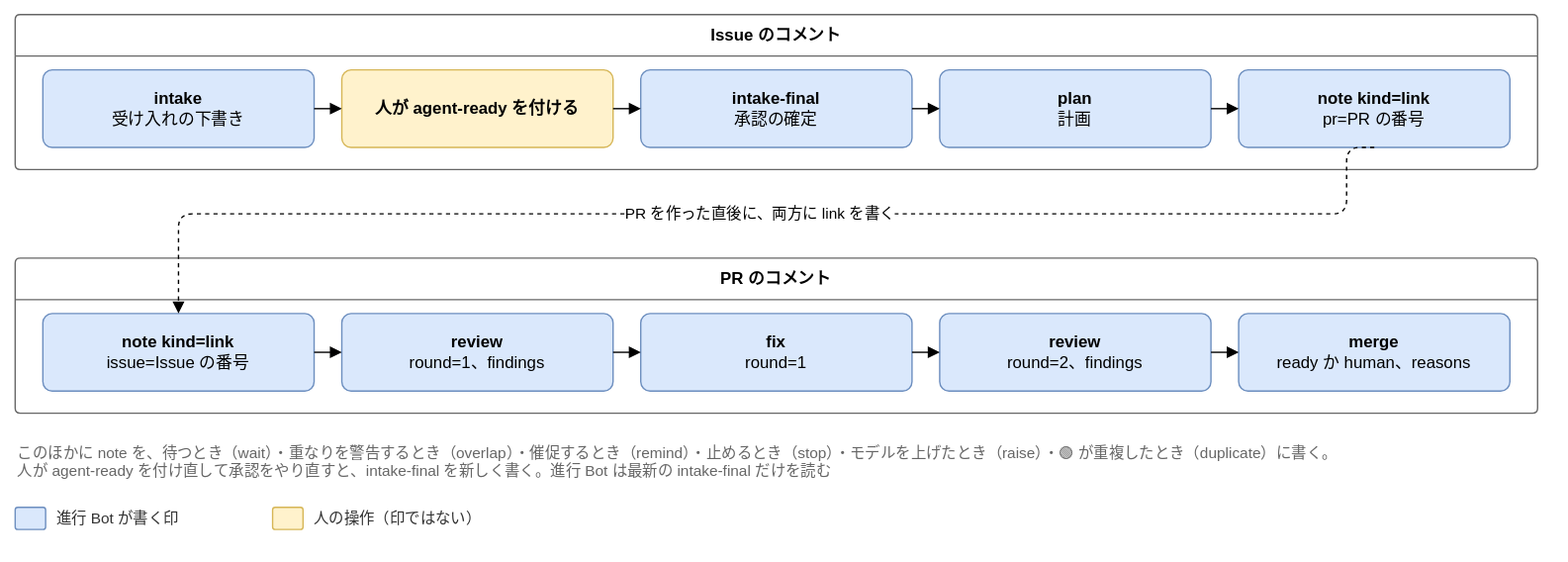
Earlier version of the draw.io export docs/design/basic/diagrams/02-markers.drawio.svg (Joymerrevent/dev-autopilot). Source tidied: cells renumbered, new cells last; positions are measured from the earlier drawing's top-left corner, leaving out a move shared by most shapes. Its diagram source:
```xml
<mxGraphModel background="#ffffff">
  <root>
    <mxCell id="0" />
    <mxCell id="1" parent="0" />
    <mxCell id="2" value="Issue のコメント" style="swimlane;startSize=30;html=1;whiteSpace=wrap;rounded=1;arcSize=4;fontStyle=1;fontSize=12;strokeColor=#666666;fillColor=none;swimlaneFillColor=none;" parent="1" vertex="1">
      <mxGeometry width="1100" height="112" as="geometry" />
    </mxCell>
    <mxCell id="3" value="&lt;b&gt;intake&lt;/b&gt;&lt;br&gt;受け入れの下書き" style="rounded=1;whiteSpace=wrap;html=1;fontSize=12;arcSize=12;spacing=12;fillColor=#dae8fc;strokeColor=#6c8ebf;" parent="2" vertex="1">
      <mxGeometry x="20" y="40" width="196" height="56" as="geometry" />
    </mxCell>
    <mxCell id="4" value="&lt;b&gt;人が agent-ready を付ける&lt;/b&gt;" style="rounded=1;whiteSpace=wrap;html=1;fontSize=12;arcSize=12;spacing=12;fillColor=#fff2cc;strokeColor=#d6b656;" parent="2" vertex="1">
      <mxGeometry x="236" y="40" width="196" height="56" as="geometry" />
    </mxCell>
    <mxCell id="5" value="&lt;b&gt;intake-final&lt;/b&gt;&lt;br&gt;承認の確定" style="rounded=1;whiteSpace=wrap;html=1;fontSize=12;arcSize=12;spacing=12;fillColor=#dae8fc;strokeColor=#6c8ebf;" parent="2" vertex="1">
      <mxGeometry x="452" y="40" width="196" height="56" as="geometry" />
    </mxCell>
    <mxCell id="6" value="&lt;b&gt;plan&lt;/b&gt;&lt;br&gt;計画" style="rounded=1;whiteSpace=wrap;html=1;fontSize=12;arcSize=12;spacing=12;fillColor=#dae8fc;strokeColor=#6c8ebf;" parent="2" vertex="1">
      <mxGeometry x="668" y="40" width="196" height="56" as="geometry" />
    </mxCell>
    <mxCell id="7" value="&lt;b&gt;note kind=link&lt;/b&gt;&lt;br&gt;pr=PR の番号" style="rounded=1;whiteSpace=wrap;html=1;fontSize=12;arcSize=12;spacing=12;fillColor=#dae8fc;strokeColor=#6c8ebf;" parent="2" vertex="1">
      <mxGeometry x="884" y="40" width="196" height="56" as="geometry" />
    </mxCell>
    <mxCell id="8" value="PR のコメント" style="swimlane;startSize=30;html=1;whiteSpace=wrap;rounded=1;arcSize=4;fontStyle=1;fontSize=12;strokeColor=#666666;fillColor=none;swimlaneFillColor=none;" parent="1" vertex="1">
      <mxGeometry y="176" width="1100" height="112" as="geometry" />
    </mxCell>
    <mxCell id="9" value="&lt;b&gt;note kind=link&lt;/b&gt;&lt;br&gt;issue=Issue の番号" style="rounded=1;whiteSpace=wrap;html=1;fontSize=12;arcSize=12;spacing=12;fillColor=#dae8fc;strokeColor=#6c8ebf;" parent="8" vertex="1">
      <mxGeometry x="20" y="40" width="196" height="56" as="geometry" />
    </mxCell>
    <mxCell id="10" value="&lt;b&gt;review&lt;/b&gt;&lt;br&gt;round=1、findings" style="rounded=1;whiteSpace=wrap;html=1;fontSize=12;arcSize=12;spacing=12;fillColor=#dae8fc;strokeColor=#6c8ebf;" parent="8" vertex="1">
      <mxGeometry x="236" y="40" width="196" height="56" as="geometry" />
    </mxCell>
    <mxCell id="11" value="&lt;b&gt;fix&lt;/b&gt;&lt;br&gt;round=1" style="rounded=1;whiteSpace=wrap;html=1;fontSize=12;arcSize=12;spacing=12;fillColor=#dae8fc;strokeColor=#6c8ebf;" parent="8" vertex="1">
      <mxGeometry x="452" y="40" width="196" height="56" as="geometry" />
    </mxCell>
    <mxCell id="12" value="&lt;b&gt;review&lt;/b&gt;&lt;br&gt;round=2、findings" style="rounded=1;whiteSpace=wrap;html=1;fontSize=12;arcSize=12;spacing=12;fillColor=#dae8fc;strokeColor=#6c8ebf;" parent="8" vertex="1">
      <mxGeometry x="668" y="40" width="196" height="56" as="geometry" />
    </mxCell>
    <mxCell id="13" value="&lt;b&gt;merge&lt;/b&gt;&lt;br&gt;ready か human、reasons" style="rounded=1;whiteSpace=wrap;html=1;fontSize=12;arcSize=12;spacing=12;fillColor=#dae8fc;strokeColor=#6c8ebf;" parent="8" vertex="1">
      <mxGeometry x="884" y="40" width="196" height="56" as="geometry" />
    </mxCell>
    <mxCell id="14" style="edgeStyle=orthogonalEdgeStyle;rounded=1;html=1;endArrow=block;endFill=1;fontSize=11;labelBackgroundColor=#ffffff;exitX=1;exitY=0.5;exitDx=0;exitDy=0;entryX=0;entryY=0.5;entryDx=0;entryDy=0;" parent="1" edge="1" source="3" target="4">
      <mxGeometry relative="1" as="geometry" />
    </mxCell>
    <mxCell id="15" style="edgeStyle=orthogonalEdgeStyle;rounded=1;html=1;endArrow=block;endFill=1;fontSize=11;labelBackgroundColor=#ffffff;exitX=1;exitY=0.5;exitDx=0;exitDy=0;entryX=0;entryY=0.5;entryDx=0;entryDy=0;" parent="1" edge="1" source="4" target="5">
      <mxGeometry relative="1" as="geometry" />
    </mxCell>
    <mxCell id="16" style="edgeStyle=orthogonalEdgeStyle;rounded=1;html=1;endArrow=block;endFill=1;fontSize=11;labelBackgroundColor=#ffffff;exitX=1;exitY=0.5;exitDx=0;exitDy=0;entryX=0;entryY=0.5;entryDx=0;entryDy=0;" parent="1" edge="1" source="5" target="6">
      <mxGeometry relative="1" as="geometry" />
    </mxCell>
    <mxCell id="17" style="edgeStyle=orthogonalEdgeStyle;rounded=1;html=1;endArrow=block;endFill=1;fontSize=11;labelBackgroundColor=#ffffff;exitX=1;exitY=0.5;exitDx=0;exitDy=0;entryX=0;entryY=0.5;entryDx=0;entryDy=0;" parent="1" edge="1" source="6" target="7">
      <mxGeometry relative="1" as="geometry" />
    </mxCell>
    <mxCell id="18" style="edgeStyle=orthogonalEdgeStyle;rounded=1;html=1;endArrow=block;endFill=1;fontSize=11;labelBackgroundColor=#ffffff;exitX=1;exitY=0.5;exitDx=0;exitDy=0;entryX=0;entryY=0.5;entryDx=0;entryDy=0;" parent="1" edge="1" source="9" target="10">
      <mxGeometry relative="1" as="geometry" />
    </mxCell>
    <mxCell id="19" style="edgeStyle=orthogonalEdgeStyle;rounded=1;html=1;endArrow=block;endFill=1;fontSize=11;labelBackgroundColor=#ffffff;exitX=1;exitY=0.5;exitDx=0;exitDy=0;entryX=0;entryY=0.5;entryDx=0;entryDy=0;" parent="1" edge="1" source="10" target="11">
      <mxGeometry relative="1" as="geometry" />
    </mxCell>
    <mxCell id="20" style="edgeStyle=orthogonalEdgeStyle;rounded=1;html=1;endArrow=block;endFill=1;fontSize=11;labelBackgroundColor=#ffffff;exitX=1;exitY=0.5;exitDx=0;exitDy=0;entryX=0;entryY=0.5;entryDx=0;entryDy=0;" parent="1" edge="1" source="11" target="12">
      <mxGeometry relative="1" as="geometry" />
    </mxCell>
    <mxCell id="21" style="edgeStyle=orthogonalEdgeStyle;rounded=1;html=1;endArrow=block;endFill=1;fontSize=11;labelBackgroundColor=#ffffff;exitX=1;exitY=0.5;exitDx=0;exitDy=0;entryX=0;entryY=0.5;entryDx=0;entryDy=0;" parent="1" edge="1" source="12" target="13">
      <mxGeometry relative="1" as="geometry" />
    </mxCell>
    <mxCell id="22" value="PR を作った直後に、両方に link を書く" style="edgeStyle=orthogonalEdgeStyle;rounded=1;html=1;endArrow=block;endFill=1;fontSize=11;labelBackgroundColor=#ffffff;dashed=1;exitX=0.5;exitY=1;exitDx=0;exitDy=0;entryX=0.5;entryY=0;entryDx=0;entryDy=0;" parent="1" edge="1" source="7" target="9">
      <mxGeometry relative="1" as="geometry">
        <Array as="points">
          <mxPoint x="962" y="144" />
          <mxPoint x="118" y="144" />
        </Array>
      </mxGeometry>
    </mxCell>
    <mxCell id="23" value="このほかに note を、待つとき（wait）・重なりを警告するとき（overlap）・催促するとき（remind）・止めるとき（stop）・モデルを上げたとき（raise）・🟢 が重複したとき（duplicate）に書く。&lt;br&gt;人が agent-ready を付け直して承認をやり直すと、intake-final を新しく書く。進行 Bot は最新の intake-final だけを読む" style="text;html=1;whiteSpace=wrap;align=left;verticalAlign=top;fontSize=11;fontColor=#666666;" parent="1" vertex="1">
      <mxGeometry y="304" width="1100" height="38" as="geometry" />
    </mxCell>
    <mxCell id="24" style="rounded=1;whiteSpace=wrap;html=1;fontSize=12;arcSize=12;spacing=12;fillColor=#dae8fc;strokeColor=#6c8ebf;" parent="1" vertex="1">
      <mxGeometry y="356" width="22" height="16" as="geometry" />
    </mxCell>
    <mxCell id="25" value="進行 Bot が書く印" style="text;html=1;align=left;verticalAlign=middle;fontSize=11;fontColor=#333333;" parent="1" vertex="1">
      <mxGeometry x="28" y="354" width="142" height="20" as="geometry" />
    </mxCell>
    <mxCell id="26" style="rounded=1;whiteSpace=wrap;html=1;fontSize=12;arcSize=12;spacing=12;fillColor=#fff2cc;strokeColor=#d6b656;" parent="1" vertex="1">
      <mxGeometry x="186" y="356" width="22" height="16" as="geometry" />
    </mxCell>
    <mxCell id="27" value="人の操作（印ではない）" style="text;html=1;align=left;verticalAlign=middle;fontSize=11;fontColor=#333333;" parent="1" vertex="1">
      <mxGeometry x="214" y="354" width="142" height="20" as="geometry" />
    </mxCell>
  </root>
</mxGraphModel>
```
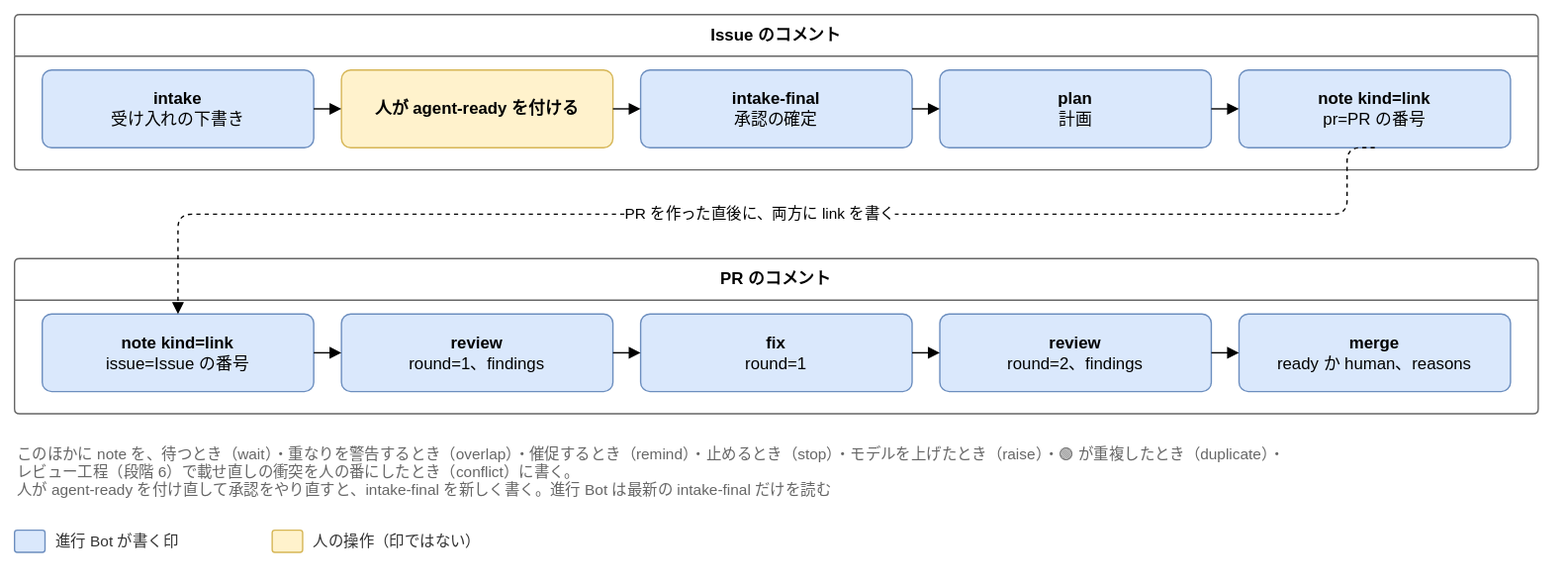
The same diagram one commit later.

The edit, as a diff of the source:
```diff
@@ -3,7 +3,7 @@
     <mxCell id="0" />
     <mxCell id="1" parent="0" />
     <mxCell id="2" value="Issue のコメント" style="swimlane;startSize=30;html=1;whiteSpace=wrap;rounded=1;arcSize=4;fontStyle=1;fontSize=12;strokeColor=#666666;fillColor=none;swimlaneFillColor=none;" parent="1" vertex="1">
-      <mxGeometry width="1100" height="112" as="geometry" />
+      <mxGeometry y="-16" width="1100" height="112" as="geometry" />
     </mxCell>
     <mxCell id="3" value="&lt;b&gt;intake&lt;/b&gt;&lt;br&gt;受け入れの下書き" style="rounded=1;whiteSpace=wrap;html=1;fontSize=12;arcSize=12;spacing=12;fillColor=#dae8fc;strokeColor=#6c8ebf;" parent="2" vertex="1">
       <mxGeometry x="20" y="40" width="196" height="56" as="geometry" />
@@ -21,7 +21,7 @@
       <mxGeometry x="884" y="40" width="196" height="56" as="geometry" />
     </mxCell>
     <mxCell id="8" value="PR のコメント" style="swimlane;startSize=30;html=1;whiteSpace=wrap;rounded=1;arcSize=4;fontStyle=1;fontSize=12;strokeColor=#666666;fillColor=none;swimlaneFillColor=none;" parent="1" vertex="1">
-      <mxGeometry y="176" width="1100" height="112" as="geometry" />
+      <mxGeometry y="160" width="1100" height="112" as="geometry" />
     </mxCell>
     <mxCell id="9" value="&lt;b&gt;note kind=link&lt;/b&gt;&lt;br&gt;issue=Issue の番号" style="rounded=1;whiteSpace=wrap;html=1;fontSize=12;arcSize=12;spacing=12;fillColor=#dae8fc;strokeColor=#6c8ebf;" parent="8" vertex="1">
       <mxGeometry x="20" y="40" width="196" height="56" as="geometry" />
@@ -65,13 +65,13 @@
     <mxCell id="22" value="PR を作った直後に、両方に link を書く" style="edgeStyle=orthogonalEdgeStyle;rounded=1;html=1;endArrow=block;endFill=1;fontSize=11;labelBackgroundColor=#ffffff;dashed=1;exitX=0.5;exitY=1;exitDx=0;exitDy=0;entryX=0.5;entryY=0;entryDx=0;entryDy=0;" parent="1" edge="1" source="7" target="9">
       <mxGeometry relative="1" as="geometry">
         <Array as="points">
-          <mxPoint x="962" y="144" />
-          <mxPoint x="118" y="144" />
+          <mxPoint x="962" y="128" />
+          <mxPoint x="118" y="128" />
         </Array>
       </mxGeometry>
     </mxCell>
-    <mxCell id="23" value="このほかに note を、待つとき（wait）・重なりを警告するとき（overlap）・催促するとき（remind）・止めるとき（stop）・モデルを上げたとき（raise）・🟢 が重複したとき（duplicate）に書く。&lt;br&gt;人が agent-ready を付け直して承認をやり直すと、intake-final を新しく書く。進行 Bot は最新の intake-final だけを読む" style="text;html=1;whiteSpace=wrap;align=left;verticalAlign=top;fontSize=11;fontColor=#666666;" parent="1" vertex="1">
-      <mxGeometry y="304" width="1100" height="38" as="geometry" />
+    <mxCell id="23" value="このほかに note を、待つとき（wait）・重なりを警告するとき（overlap）・催促するとき（remind）・止めるとき（stop）・モデルを上げたとき（raise）・🟢 が重複したとき（duplicate）・&lt;br&gt;レビュー工程（段階 6）で載せ直しの衝突を人の番にしたとき（conflict）に書く。&lt;br&gt;人が agent-ready を付け直して承認をやり直すと、intake-final を新しく書く。進行 Bot は最新の intake-final だけを読む" style="text;html=1;whiteSpace=wrap;align=left;verticalAlign=top;fontSize=11;fontColor=#666666;" parent="1" vertex="1">
+      <mxGeometry y="288" width="1100" height="54" as="geometry" />
     </mxCell>
     <mxCell id="24" style="rounded=1;whiteSpace=wrap;html=1;fontSize=12;arcSize=12;spacing=12;fillColor=#dae8fc;strokeColor=#6c8ebf;" parent="1" vertex="1">
       <mxGeometry y="356" width="22" height="16" as="geometry" />
```
